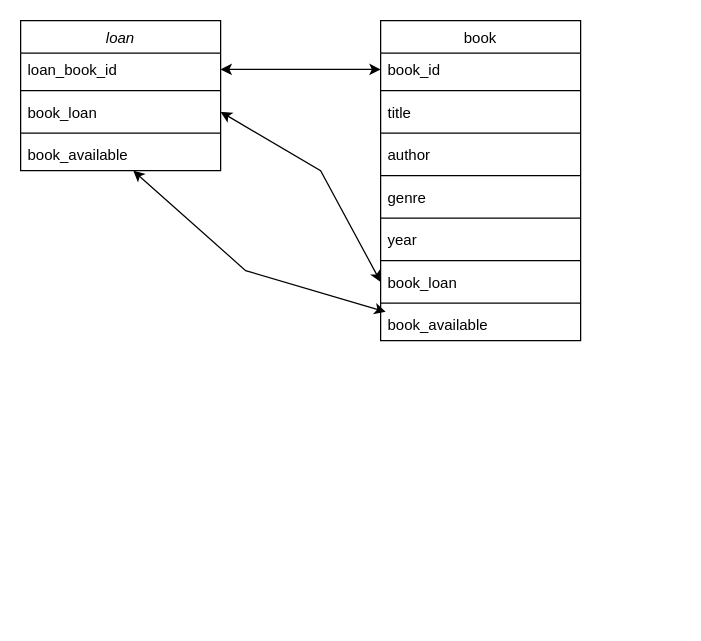
The draw.io diagram Untitled Diagram.drawio in Anja505505/individuell_labb, before the edit. Source tidied: cells renumbered, new cells numbered last; positions are measured from the earlier drawing's top-left corner, leaving out a move shared by most shapes. Both pictures are drawn from the tidied source at 125%, with x=0, y=0 at pixel (20, 20).
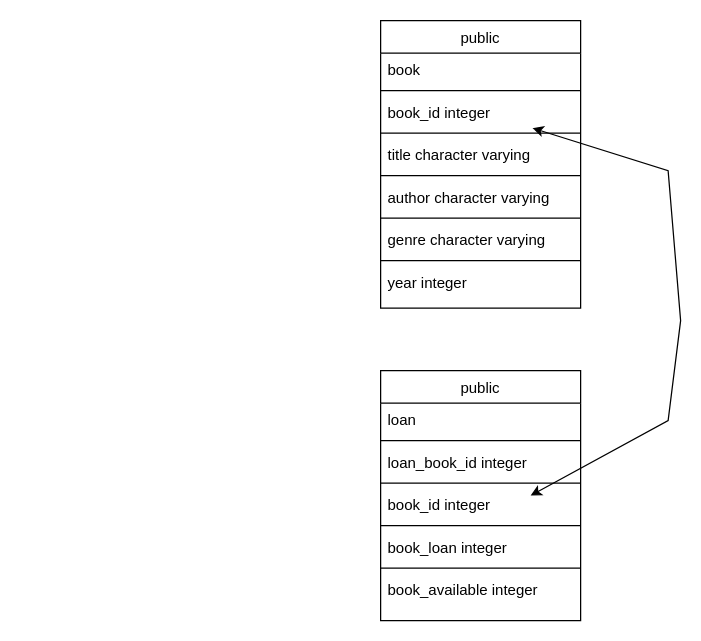
The same page after the edit.

Change to the diagram source:
```diff
@@
-    <mxCell id="2" value="loan" style="swimlane;fontStyle=2;align=center;verticalAlign=top;horizontal=1;startSize=26;rounded=0;shadow=0;strokeWidth=1;" parent="1" vertex="1">
-      <mxGeometry width="160" height="120" as="geometry" />
-    </mxCell>
-    <mxCell id="3" value="loan_book_id" style="text;align=left;verticalAlign=top;spacingLeft=4;spacingRight=4;overflow=hidden;points=[[0,0.5],[1,0.5]];portConstraint=eastwest;" parent="2" vertex="1">
-      <mxGeometry y="26" width="160" height="26" as="geometry" />
-    </mxCell>
-    <mxCell id="4" style="line;html=1;strokeWidth=1;align=left;verticalAlign=middle;spacingTop=-1;spacingLeft=3;spacingRight=3;labelPosition=right;" parent="2" vertex="1">
-      <mxGeometry y="52" width="160" height="8" as="geometry" />
-    </mxCell>
-    <mxCell id="5" value="book_loan" style="text;align=left;verticalAlign=top;spacingLeft=4;spacingRight=4;overflow=hidden;points=[[0,0.5],[1,0.5]];portConstraint=eastwest;rounded=0;shadow=0;html=0;" parent="2" vertex="1">
-      <mxGeometry y="60" width="160" height="26" as="geometry" />
-    </mxCell>
-    <mxCell id="6" style="line;html=1;strokeWidth=1;align=left;verticalAlign=middle;spacingTop=-1;spacingLeft=3;spacingRight=3;labelPosition=right;" parent="2" vertex="1">
-      <mxGeometry y="86" width="160" height="8" as="geometry" />
-    </mxCell>
-    <mxCell id="7" value="book_available" style="text;align=left;verticalAlign=top;spacingLeft=4;spacingRight=4;overflow=hidden;points=[[0,0.5],[1,0.5]];portConstraint=eastwest;rounded=0;shadow=0;html=0;" parent="2" vertex="1">
-      <mxGeometry y="94" width="160" height="26" as="geometry" />
-    </mxCell>
-    <mxCell id="8" value="book" style="swimlane;fontStyle=0;align=center;verticalAlign=top;horizontal=1;startSize=26;rounded=0;shadow=0;strokeWidth=1;" parent="1" vertex="1">
-      <mxGeometry x="288" width="160" height="256" as="geometry" />
+    <mxCell id="8" value="public" style="swimlane;fontStyle=0;align=center;verticalAlign=top;horizontal=1;startSize=26;rounded=0;shadow=0;strokeWidth=1;" parent="1" vertex="1">
+      <mxGeometry x="288" width="160" height="230" as="geometry" />
     </mxCell>
-    <mxCell id="9" value="book_id" style="text;align=left;verticalAlign=top;spacingLeft=4;spacingRight=4;overflow=hidden;points=[[0,0.5],[1,0.5]];portConstraint=eastwest;" parent="8" vertex="1">
+    <mxCell id="9" value="book" style="text;align=left;verticalAlign=top;spacingLeft=4;spacingRight=4;overflow=hidden;points=[[0,0.5],[1,0.5]];portConstraint=eastwest;" parent="8" vertex="1">
       <mxGeometry y="26" width="160" height="26" as="geometry" />
     </mxCell>
@@
-    <mxCell id="11" value="title" style="text;align=left;verticalAlign=top;spacingLeft=4;spacingRight=4;overflow=hidden;points=[[0,0.5],[1,0.5]];portConstraint=eastwest;rounded=0;shadow=0;html=0;" parent="8" vertex="1">
+    <mxCell id="11" value="book_id integer" style="text;align=left;verticalAlign=top;spacingLeft=4;spacingRight=4;overflow=hidden;points=[[0,0.5],[1,0.5]];portConstraint=eastwest;rounded=0;shadow=0;html=0;" parent="8" vertex="1">
       <mxGeometry y="60" width="160" height="26" as="geometry" />
     </mxCell>
@@
-    <mxCell id="13" value="author" style="text;align=left;verticalAlign=top;spacingLeft=4;spacingRight=4;overflow=hidden;rounded=0;shadow=0;html=0;" parent="8" vertex="1">
+    <mxCell id="13" value="title character varying" style="text;align=left;verticalAlign=top;spacingLeft=4;spacingRight=4;overflow=hidden;rounded=0;shadow=0;html=0;" parent="8" vertex="1">
       <mxGeometry y="94" width="160" height="26" as="geometry" />
     </mxCell>
@@
-    <mxCell id="15" value="genre" style="text;align=left;verticalAlign=top;spacingLeft=4;spacingRight=4;overflow=hidden;rounded=0;shadow=0;html=0;" parent="8" vertex="1">
+    <mxCell id="15" value="author character varying" style="text;align=left;verticalAlign=top;spacingLeft=4;spacingRight=4;overflow=hidden;rounded=0;shadow=0;html=0;" parent="8" vertex="1">
       <mxGeometry y="128" width="160" height="26" as="geometry" />
     </mxCell>
@@
-    <mxCell id="17" value="year" style="text;align=left;verticalAlign=top;spacingLeft=4;spacingRight=4;overflow=hidden;rounded=0;shadow=0;html=0;" parent="8" vertex="1">
+    <mxCell id="17" value="genre character varying" style="text;align=left;verticalAlign=top;spacingLeft=4;spacingRight=4;overflow=hidden;rounded=0;shadow=0;html=0;" parent="8" vertex="1">
       <mxGeometry y="162" width="160" height="26" as="geometry" />
     </mxCell>
@@
-    <mxCell id="19" value="book_loan" style="text;align=left;verticalAlign=top;spacingLeft=4;spacingRight=4;overflow=hidden;points=[[0,0.5],[1,0.5]];portConstraint=eastwest;" parent="8" vertex="1">
+    <mxCell id="19" value="year integer" style="text;align=left;verticalAlign=top;spacingLeft=4;spacingRight=4;overflow=hidden;points=[[0,0.5],[1,0.5]];portConstraint=eastwest;" parent="8" vertex="1">
       <mxGeometry y="196" width="160" height="26" as="geometry" />
     </mxCell>
-    <mxCell id="20" style="line;html=1;strokeWidth=1;align=left;verticalAlign=middle;spacingTop=-1;spacingLeft=3;spacingRight=3;labelPosition=right;" parent="8" vertex="1">
-      <mxGeometry y="222" width="160" height="8" as="geometry" />
-    </mxCell>
-    <mxCell id="21" value="book_available" style="text;align=left;verticalAlign=top;spacingLeft=4;spacingRight=4;overflow=hidden;points=[[0,0.5],[1,0.5]];portConstraint=eastwest;" parent="8" vertex="1">
-      <mxGeometry y="230" width="160" height="26" as="geometry" />
-    </mxCell>
-    <mxCell id="22" style="endArrow=classic;startArrow=classic;html=1;rounded=0;entryX=0;entryY=0.5;entryDx=0;entryDy=0;" parent="1" edge="1" source="3" target="9">
-      <mxGeometry relative="1" as="geometry" />
-    </mxCell>
-    <mxCell id="23" style="endArrow=classic;startArrow=classic;html=1;rounded=0;entryX=0.563;entryY=1;entryDx=0;entryDy=0;entryPerimeter=0;exitX=0.025;exitY=0.115;exitDx=0;exitDy=0;exitPerimeter=0;" parent="1" edge="1" source="21" target="7">
-      <mxGeometry relative="1" as="geometry">
-        <Array as="points">
-          <mxPoint x="180" y="200" />
-        </Array>
-      </mxGeometry>
-    </mxCell>
-    <mxCell id="24" style="endArrow=classic;startArrow=classic;html=1;rounded=0;entryX=0;entryY=0.5;entryDx=0;entryDy=0;exitX=1;exitY=0.5;exitDx=0;exitDy=0;" parent="1" edge="1" source="5" target="19">
-      <mxGeometry relative="1" as="geometry">
-        <Array as="points">
-          <mxPoint x="240" y="120" />
-        </Array>
-      </mxGeometry>
-    </mxCell>
+    <mxCell id="25" value="public" style="swimlane;fontStyle=0;align=center;verticalAlign=top;horizontal=1;startSize=26;rounded=0;shadow=0;strokeWidth=1;" parent="1" vertex="1">
+      <mxGeometry x="288" y="280" width="160" height="200" as="geometry" />
+    </mxCell>
+    <mxCell id="2" value="loan" style="text;align=left;verticalAlign=top;spacingLeft=4;spacingRight=4;overflow=hidden;" parent="25" vertex="1">
+      <mxGeometry y="26" width="160" height="26" as="geometry" />
+    </mxCell>
+    <mxCell id="4" style="line;html=1;strokeWidth=1;align=left;verticalAlign=middle;spacingTop=-1;spacingLeft=3;spacingRight=3;labelPosition=right;" parent="25" vertex="1">
+      <mxGeometry y="52" width="160" height="8" as="geometry" />
+    </mxCell>
+    <mxCell id="26" value="loan_book_id integer" style="text;align=left;verticalAlign=top;spacingLeft=4;spacingRight=4;overflow=hidden;rounded=0;shadow=0;html=0;" parent="25" vertex="1">
+      <mxGeometry y="60" width="160" height="26" as="geometry" />
+    </mxCell>
+    <mxCell id="6" style="line;html=1;strokeWidth=1;align=left;verticalAlign=middle;spacingTop=-1;spacingLeft=3;spacingRight=3;labelPosition=right;" parent="25" vertex="1">
+      <mxGeometry y="86" width="160" height="8" as="geometry" />
+    </mxCell>
+    <mxCell id="27" value="book_id integer" style="text;align=left;verticalAlign=top;spacingLeft=4;spacingRight=4;overflow=hidden;rounded=0;shadow=0;html=0;" parent="25" vertex="1">
+      <mxGeometry y="94" width="160" height="26" as="geometry" />
+    </mxCell>
+    <mxCell id="28" style="line;html=1;strokeWidth=1;align=left;verticalAlign=middle;spacingTop=-1;spacingLeft=3;spacingRight=3;labelPosition=right;" parent="25" vertex="1">
+      <mxGeometry y="120" width="160" height="8" as="geometry" />
+    </mxCell>
+    <mxCell id="29" value="book_loan integer" style="text;align=left;verticalAlign=top;spacingLeft=4;spacingRight=4;overflow=hidden;rounded=0;shadow=0;html=0;" parent="25" vertex="1">
+      <mxGeometry y="128" width="160" height="26" as="geometry" />
+    </mxCell>
+    <mxCell id="30" style="line;html=1;strokeWidth=1;align=left;verticalAlign=middle;spacingTop=-1;spacingLeft=3;spacingRight=3;labelPosition=right;" parent="25" vertex="1">
+      <mxGeometry y="154" width="160" height="8" as="geometry" />
+    </mxCell>
+    <mxCell id="31" value="book_available integer" style="text;align=left;verticalAlign=top;spacingLeft=4;spacingRight=4;overflow=hidden;rounded=0;shadow=0;html=0;" parent="25" vertex="1">
+      <mxGeometry y="162" width="160" height="26" as="geometry" />
+    </mxCell>
+    <mxCell id="32" style="endArrow=classic;startArrow=classic;html=1;rounded=0;" parent="1" edge="1" target="11">
+      <mxGeometry relative="1" as="geometry">
+        <mxPoint x="408" y="380" as="sourcePoint" />
+        <Array as="points">
+          <mxPoint x="518" y="320" />
+          <mxPoint x="528" y="240" />
+          <mxPoint x="518" y="120" />
+        </Array>
+      </mxGeometry>
+    </mxCell>
```
